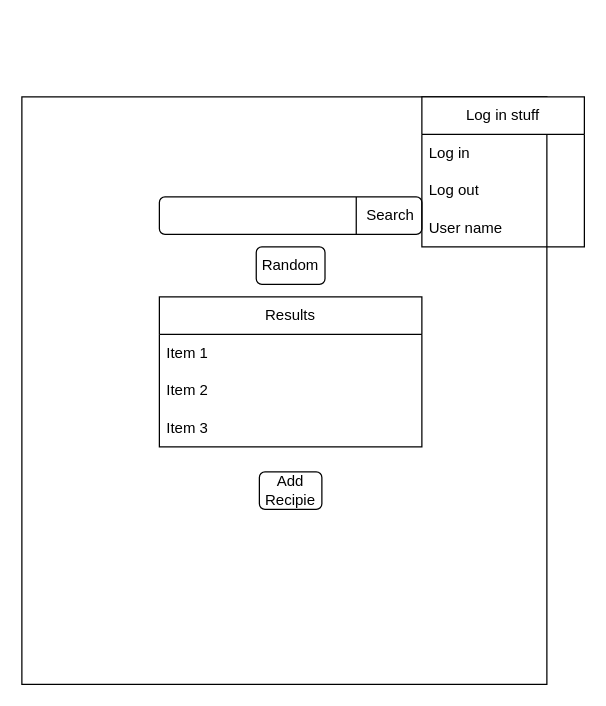
Before: page "Page-1" (1 of 3) of uml.drawio in BopeChanUwU/CPSC272-Group-Project, a draw.io diagram. Source tidied: cells renumbered, new cells numbered last; positions are measured from the earlier drawing's top-left corner, leaving out a move shared by most shapes. Both pictures are drawn from the tidied source at 125%, with x=0, y=0 at pixel (-10, 96).
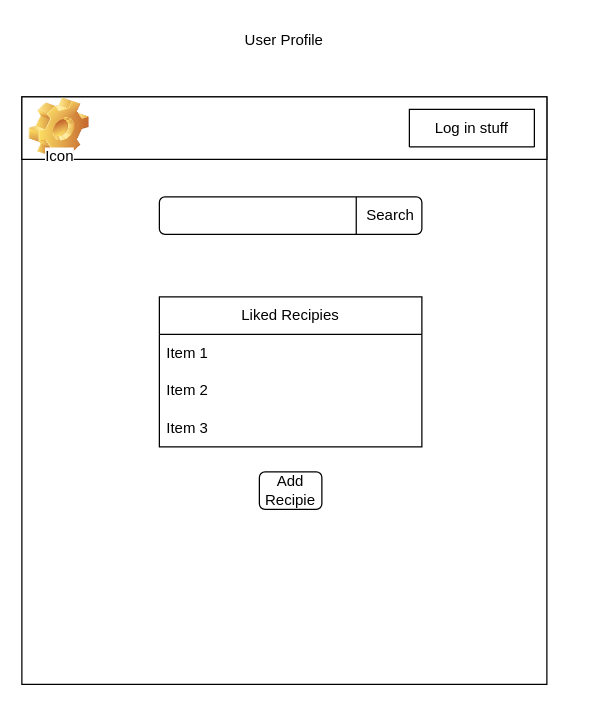
The same page after the edit.

Commit message:
added concepts for all three web pages (home, registration, profile)

Diff of the diagram source:
```diff
@@
 <mxGraphModel>
   <root>
     <mxCell id="0" />
     <mxCell id="1" parent="0" />
     <mxCell id="2" style="rounded=0;whiteSpace=wrap;html=1;rotation=-90;" parent="1" vertex="1">
       <mxGeometry y="25" width="470" height="420" as="geometry" />
     </mxCell>
+    <mxCell id="18" style="rounded=0;whiteSpace=wrap;html=1;" parent="1" vertex="1">
+      <mxGeometry x="25" width="420" height="50" as="geometry" />
+    </mxCell>
     <mxCell id="3" style="rounded=1;whiteSpace=wrap;html=1;" parent="1" vertex="1">
       <mxGeometry x="135" y="80" width="210" height="30" as="geometry" />
     </mxCell>
     <mxCell id="4" style="endArrow=none;html=1;entryX=0.75;entryY=0;entryDx=0;entryDy=0;exitX=0.75;exitY=1;exitDx=0;exitDy=0;" parent="1" edge="1" source="3" target="3">
       <mxGeometry relative="1" as="geometry" />
     </mxCell>
     <mxCell id="5" value="Search" style="text;html=1;align=center;verticalAlign=middle;whiteSpace=wrap;rounded=0;" parent="1" vertex="1">
       <mxGeometry x="285" y="80" width="70" height="30" as="geometry" />
     </mxCell>
-    <mxCell id="6" style="rounded=1;whiteSpace=wrap;html=1;" parent="1" vertex="1">
-      <mxGeometry x="212.5" y="120" width="55" height="30" as="geometry" />
-    </mxCell>
-    <mxCell id="7" value="Random" style="text;html=1;align=center;verticalAlign=middle;whiteSpace=wrap;rounded=0;" parent="1" vertex="1">
-      <mxGeometry x="205" y="120" width="70" height="30" as="geometry" />
-    </mxCell>
-    <mxCell id="8" value="Results" style="swimlane;fontStyle=0;horizontal=1;startSize=30;whiteSpace=wrap;html=1;" parent="1" vertex="1">
+    <mxCell id="8" value="Liked Recipies" style="swimlane;fontStyle=0;horizontal=1;startSize=30;whiteSpace=wrap;html=1;" parent="1" vertex="1">
       <mxGeometry x="135" y="160" width="210" height="120" as="geometry" />
     </mxCell>
     <mxCell id="9" value="Item 1" style="text;strokeColor=none;fillColor=none;align=left;verticalAlign=middle;spacingLeft=4;spacingRight=4;overflow=hidden;whiteSpace=wrap;html=1;" parent="8" vertex="1">
       <mxGeometry y="30" width="210" height="30" as="geometry" />
     </mxCell>
     <mxCell id="10" value="Item 2" style="text;strokeColor=none;fillColor=none;align=left;verticalAlign=middle;spacingLeft=4;spacingRight=4;overflow=hidden;whiteSpace=wrap;html=1;" parent="8" vertex="1">
       <mxGeometry y="60" width="210" height="30" as="geometry" />
     </mxCell>
     <mxCell id="11" value="Item 3" style="text;strokeColor=none;fillColor=none;align=left;verticalAlign=middle;spacingLeft=4;spacingRight=4;overflow=hidden;whiteSpace=wrap;html=1;" parent="8" vertex="1">
       <mxGeometry y="90" width="210" height="30" as="geometry" />
     </mxCell>
     <mxCell id="12" style="rounded=1;whiteSpace=wrap;html=1;" parent="1" vertex="1">
       <mxGeometry x="215" y="300" width="50" height="30" as="geometry" />
     </mxCell>
     <mxCell id="13" value="Add Recipie" style="text;html=1;align=center;verticalAlign=middle;whiteSpace=wrap;rounded=0;" parent="1" vertex="1">
       <mxGeometry x="210" y="300" width="60" height="30" as="geometry" />
     </mxCell>
-    <mxCell id="14" value="Log in stuff" style="swimlane;fontStyle=0;horizontal=1;startSize=30;whiteSpace=wrap;html=1;" parent="1" vertex="1">
-      <mxGeometry x="345" width="130" height="120" as="geometry" />
+    <mxCell id="14" value="Log in stuff" style="swimlane;fontStyle=0;horizontal=1;startSize=30;whiteSpace=wrap;html=1;" parent="1" vertex="1" collapsed="1">
+      <mxGeometry x="335" y="10" width="100" height="30" as="geometry" />
     </mxCell>
-    <mxCell id="15" value="Log in" style="text;strokeColor=none;fillColor=none;align=left;verticalAlign=middle;spacingLeft=4;spacingRight=4;overflow=hidden;whiteSpace=wrap;html=1;" parent="14" vertex="1">
-      <mxGeometry y="30" width="130" height="30" as="geometry" />
-    </mxCell>
-    <mxCell id="16" value="Log out" style="text;strokeColor=none;fillColor=none;align=left;verticalAlign=middle;spacingLeft=4;spacingRight=4;overflow=hidden;whiteSpace=wrap;html=1;" parent="14" vertex="1">
-      <mxGeometry y="60" width="130" height="30" as="geometry" />
-    </mxCell>
-    <mxCell id="17" value="User name" style="text;strokeColor=none;fillColor=none;align=left;verticalAlign=middle;spacingLeft=4;spacingRight=4;overflow=hidden;whiteSpace=wrap;html=1;" parent="14" vertex="1">
-      <mxGeometry y="90" width="130" height="30" as="geometry" />
-    </mxCell>
+    <mxCell id="19" value="User Profile" style="text;html=1;align=center;verticalAlign=middle;whiteSpace=wrap;rounded=0;" parent="1" vertex="1">
+      <mxGeometry x="25" y="-60" width="420" height="30" as="geometry" />
+    </mxCell>
+    <mxCell id="20" value="Icon" style="icon;html=1;image=img/clipart/Gear_128x128.png;arcSize=0;" parent="1" vertex="1">
+      <mxGeometry x="45" y="20" width="20" height="10" as="geometry" />
+    </mxCell>
   </root>
 </mxGraphModel>
```
